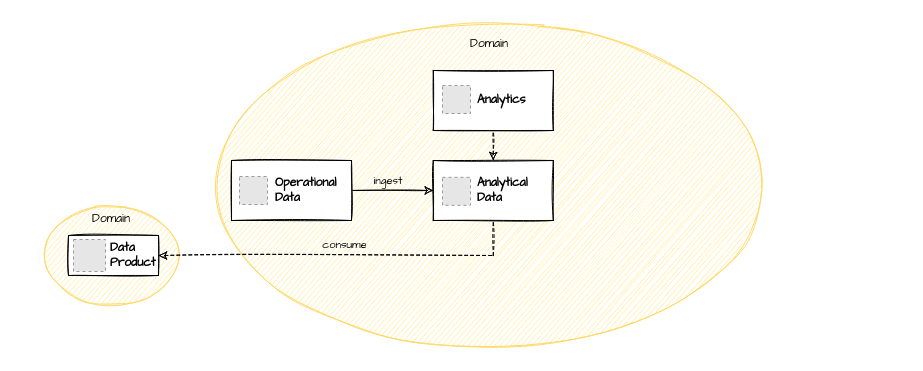
This is diagrams/domainteamjourney_level3.drawio from datamesh-architecture/datamesh-architecture.com, a draw.io file, before an edit. Source tidied: cells renumbered, new cells numbered last; positions are measured from the earlier drawing's top-left corner, leaving out a move shared by most shapes. Both pictures are drawn from the tidied source at 100%, with x=0, y=0 at pixel (17, 17). Pictures stored in the file or linked from it are replaced by grey dashed boxes.
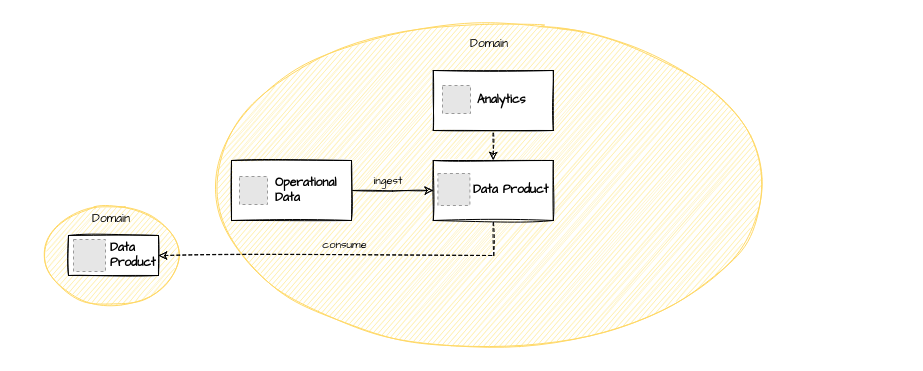
Above is the later version.

The change refers to these unchanged cells:
```xml
<mxCell id="8" value="Analytics" style="rounded=0;whiteSpace=wrap;html=1;fontStyle=1;sketch=1;fontFamily=Architects Daughter;align=left;spacingLeft=42;" parent="7" vertex="1">
  <mxGeometry width="120" height="60" as="geometry" />
</mxCell>
<mxCell id="14" value="Operational &lt;br&gt;Data" style="rounded=0;whiteSpace=wrap;html=1;fontStyle=1;sketch=1;fontFamily=Architects Daughter;align=left;spacingLeft=42;" parent="13" vertex="1">
  <mxGeometry width="120" height="60" as="geometry" />
</mxCell>
<mxCell id="18" value="Data Product" style="rounded=0;whiteSpace=wrap;html=1;fontStyle=1;sketch=1;fontFamily=Architects Daughter;spacingLeft=40;align=left;" parent="17" vertex="1">
  <mxGeometry width="90" height="40" as="geometry" />
</mxCell>
```

The edit, as a diff of the source:
```diff
@@
-    <mxCell id="4" style="rounded=0;jettySize=auto;html=1;exitX=0.5;exitY=0;exitDx=0;exitDy=0;startArrow=classic;startFill=1;endArrow=none;endFill=0;dashed=1;sketch=1;fontFamily=Architects Daughter;" parent="1" edge="1" source="11" target="8">
-      <mxGeometry relative="1" as="geometry" />
+    <mxCell id="4" style="rounded=0;jettySize=auto;html=1;exitX=0.5;exitY=0;exitDx=0;exitDy=0;startArrow=classic;startFill=1;endArrow=none;endFill=0;dashed=1;sketch=1;fontFamily=Architects Daughter;" parent="1" edge="1" target="8">
+      <mxGeometry relative="1" as="geometry">
+        <mxPoint x="475.8" y="143" as="sourcePoint" />
+      </mxGeometry>
     </mxCell>
-    <mxCell id="5" style="edgeStyle=orthogonalEdgeStyle;rounded=0;jettySize=auto;html=1;startArrow=classic;startFill=1;endArrow=none;endFill=0;sketch=1;fontFamily=Architects Daughter;" parent="1" edge="1" source="11" target="14">
-      <mxGeometry relative="1" as="geometry" />
+    <mxCell id="5" style="edgeStyle=orthogonalEdgeStyle;rounded=0;jettySize=auto;html=1;startArrow=classic;startFill=1;endArrow=none;endFill=0;sketch=1;fontFamily=Architects Daughter;" parent="1" edge="1" target="14">
+      <mxGeometry relative="1" as="geometry">
+        <mxPoint x="415.8" y="173" as="sourcePoint" />
+      </mxGeometry>
     </mxCell>
@@
-    <mxCell id="10" style="group;" parent="1" vertex="1">
-      <mxGeometry x="415.8" y="143" width="120" height="60" as="geometry" />
-    </mxCell>
-    <mxCell id="11" value="Analytical &lt;br&gt;Data" style="rounded=0;whiteSpace=wrap;html=1;fontStyle=1;sketch=1;fontFamily=Architects Daughter;align=left;spacingLeft=42;" parent="10" vertex="1">
-      <mxGeometry width="120" height="60" as="geometry" />
-    </mxCell>
-    <mxCell id="12" style="fillColor=#E6E6E6;strokeColor=#999999;dashed=1;verticalLabelPosition=bottom;labelBackgroundColor=default;verticalAlign=top;" parent="10" vertex="1">
-      <mxGeometry x="9.2" y="16.8" width="28" height="28" as="geometry" />
-    </mxCell>
@@
-    <mxCell id="20" style="edgeStyle=orthogonalEdgeStyle;rounded=0;sketch=1;jettySize=auto;html=1;entryX=0.5;entryY=1;entryDx=0;entryDy=0;startArrow=classic;startFill=1;endArrow=none;endFill=0;dashed=1;" parent="1" edge="1" source="18" target="11">
-      <mxGeometry relative="1" as="geometry" />
+    <mxCell id="20" style="edgeStyle=orthogonalEdgeStyle;rounded=0;sketch=1;jettySize=auto;html=1;entryX=0.5;entryY=1;entryDx=0;entryDy=0;startArrow=classic;startFill=1;endArrow=none;endFill=0;dashed=1;" parent="1" edge="1" source="18">
+      <mxGeometry relative="1" as="geometry">
+        <mxPoint x="475.8" y="203" as="targetPoint" />
+      </mxGeometry>
     </mxCell>
@@
+    <mxCell id="22" value="Data Product" style="rounded=0;whiteSpace=wrap;html=1;fontStyle=1;sketch=1;fontFamily=Architects Daughter;align=left;spacingLeft=38;" parent="1" vertex="1">
+      <mxGeometry x="415.8" y="143" width="120" height="60" as="geometry" />
+    </mxCell>
+    <mxCell id="23" style="fillColor=#E6E6E6;strokeColor=#999999;dashed=1;verticalLabelPosition=bottom;labelBackgroundColor=#ffffff;verticalAlign=top;" parent="1" vertex="1">
+      <mxGeometry x="420.4" y="156" width="32" height="32" as="geometry" />
+    </mxCell>
```
